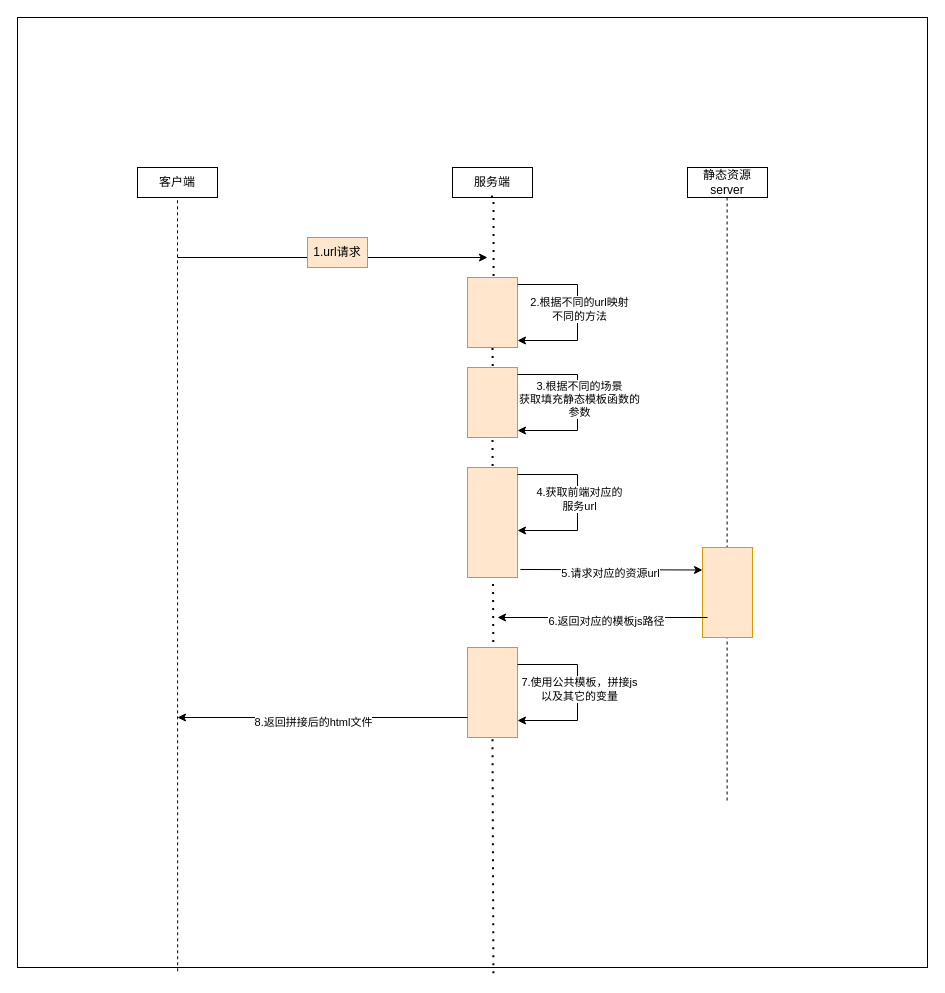
dboooo/draw.io keeps this draw.io diagram as page "php应用" (1 of 2) of 未命名绘图.drawio. Above is the earlier version. Source tidied: cells renumbered, new cells numbered last; positions are measured from the earlier drawing's top-left corner, leaving out a move shared by most shapes. Both pictures are drawn from the tidied source at 100%, with x=0, y=0 at pixel (17, 17).
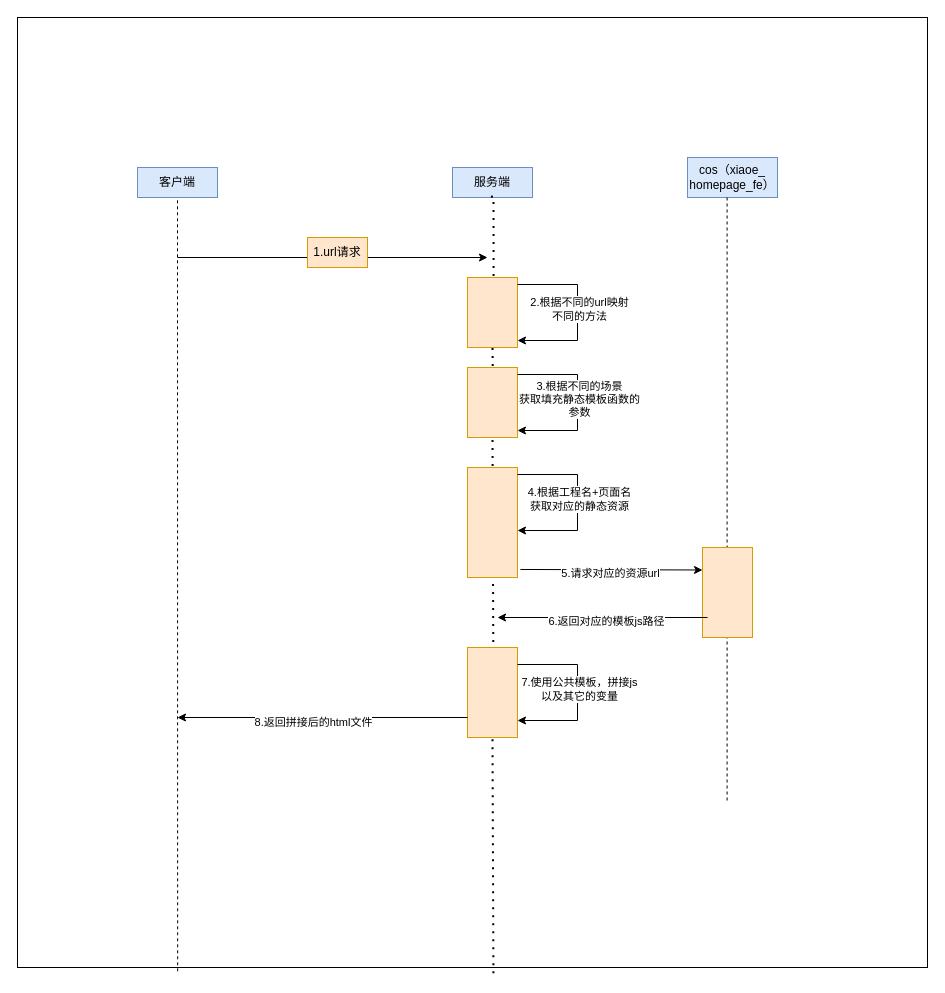
The same page after the edit.

Commit message:
更新未命名绘图.drawio

Unchanged cells that the change refers to:
```xml
<mxCell id="18" style="endArrow=classic;html=1;rounded=0;exitX=0.988;exitY=0.115;exitDx=0;exitDy=0;exitPerimeter=0;entryX=1;entryY=1;entryDx=0;entryDy=0;" parent="1" edge="1">
  <mxGeometry relative="1" as="geometry">
    <mxPoint x="500" y="457" as="sourcePoint" />
    <mxPoint x="500" y="513" as="targetPoint" />
    <Array as="points">
      <mxPoint x="560" y="457" />
      <mxPoint x="560" y="513" />
    </Array>
  </mxGeometry>
</mxCell>
```

The edit, as a diff of the source:
```diff
@@
-    <mxCell id="3" value="客户端" style="rounded=0;whiteSpace=wrap;html=1;" parent="1" vertex="1">
+    <mxCell id="3" value="客户端" style="rounded=0;whiteSpace=wrap;html=1;fillColor=#dae8fc;strokeColor=#6c8ebf;" parent="1" vertex="1">
       <mxGeometry x="120" y="150" width="80" height="30" as="geometry" />
     </mxCell>
@@
-    <mxCell id="7" value="服务端" style="rounded=0;whiteSpace=wrap;html=1;" parent="1" vertex="1">
+    <mxCell id="7" value="服务端" style="rounded=0;whiteSpace=wrap;html=1;fillColor=#dae8fc;strokeColor=#6c8ebf;" parent="1" vertex="1">
       <mxGeometry x="435" y="150" width="80" height="30" as="geometry" />
     </mxCell>
@@
-    <mxCell id="19" value="4.获取前端对应的&lt;br&gt;服务url" style="edgeLabel;html=1;align=center;verticalAlign=middle;" parent="18" vertex="1">
+    <mxCell id="19" value="4.根据工程名+页面名&lt;br&gt;获取对应的静态资源" style="edgeLabel;html=1;align=center;verticalAlign=middle;" parent="18" vertex="1">
       <mxGeometry x="-0.05" y="1" relative="1" as="geometry" />
     </mxCell>
-    <mxCell id="20" value="静态资源server" style="rounded=0;whiteSpace=wrap;html=1;" parent="1" vertex="1">
-      <mxGeometry x="670" y="150" width="80" height="30" as="geometry" />
+    <mxCell id="20" value="cos（xiaoe_&lt;br&gt;&lt;span style=&quot;background-color: initial;&quot;&gt;homepage_fe&lt;/span&gt;）" style="rounded=0;whiteSpace=wrap;html=1;fillColor=#dae8fc;strokeColor=#6c8ebf;" parent="1" vertex="1">
+      <mxGeometry x="670" y="140" width="90" height="40" as="geometry" />
     </mxCell>
```
